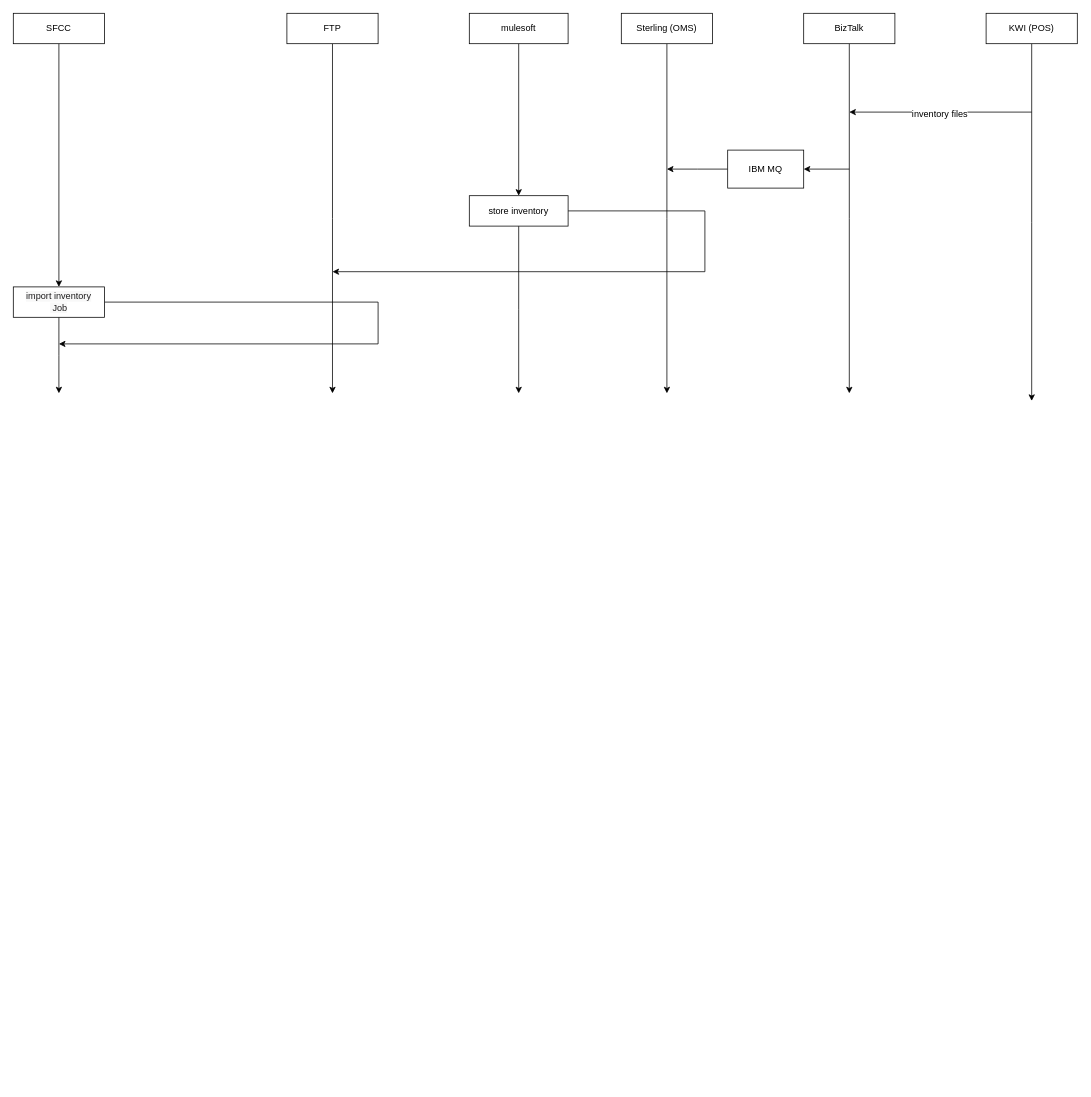
Above: page "click and collect" (5 of 5) of Untitled Diagram.drawio in soum/pnd-diagrams (draw.io), before the change. Source tidied: cells renumbered, new cells numbered last; positions are measured from the earlier drawing's top-left corner, leaving out a move shared by most shapes. Both pictures are drawn from the tidied source at 76%, with x=0, y=0 at pixel (13, 13).
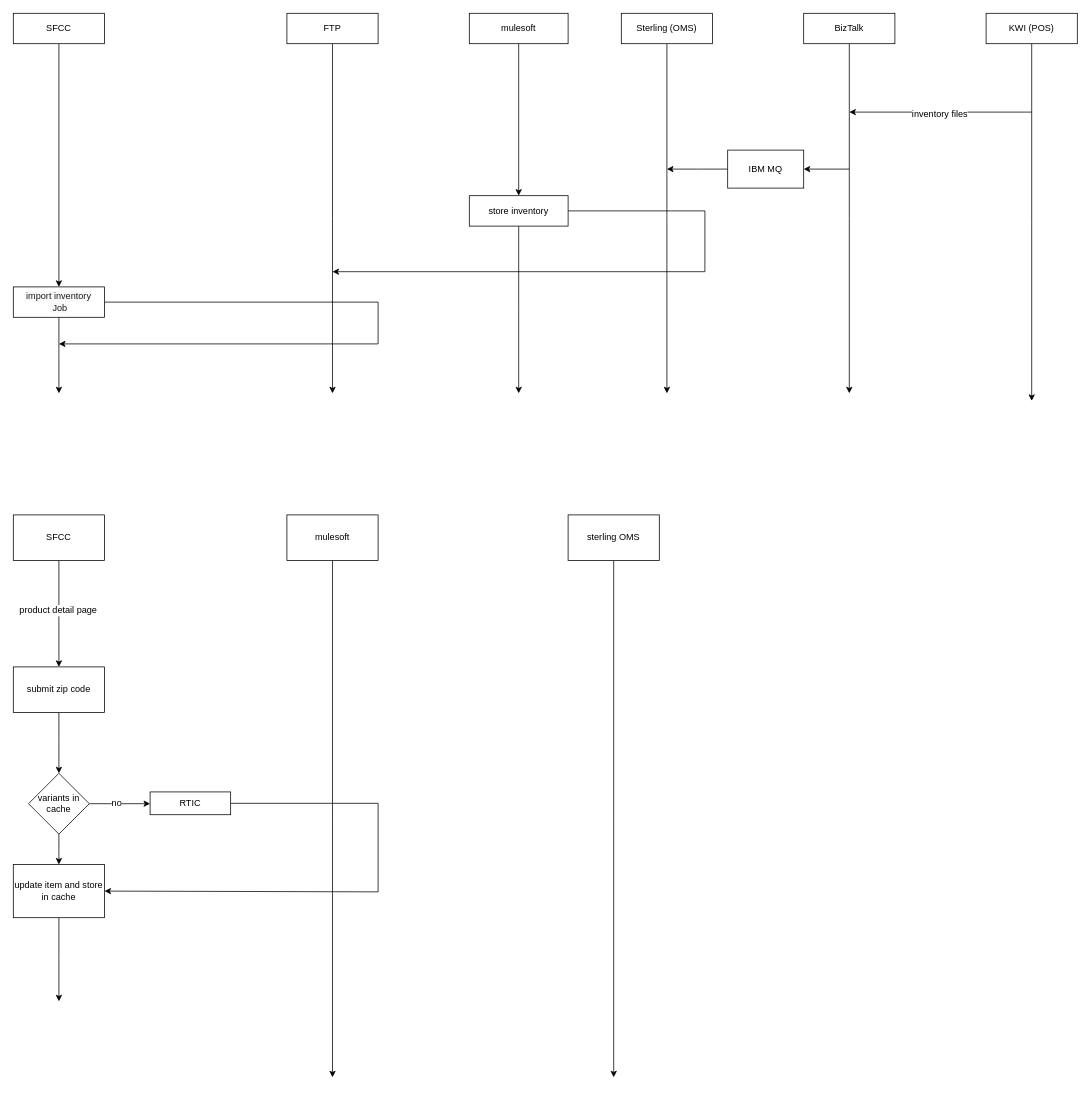
The same page after the edit.

What changed in the source:
```diff
@@
+    <mxCell id="25" style="edgeStyle=orthogonalEdgeStyle;rounded=0;jettySize=auto;html=1;strokeColor=#000000;strokeWidth=1;" parent="1" edge="1" source="27" target="29">
+      <mxGeometry relative="1" as="geometry" />
+    </mxCell>
+    <mxCell id="26" value="product detail page" style="text;html=1;align=center;verticalAlign=middle;labelBackgroundColor=#ffffff;" parent="25" vertex="1">
+      <mxGeometry x="-0.07" y="-2" relative="1" as="geometry" />
+    </mxCell>
+    <mxCell id="27" value="SFCC" style="rounded=0;whiteSpace=wrap;html=1;shadow=0;glass=0;comic=0;" parent="1" vertex="1">
+      <mxGeometry y="660" width="120" height="60" as="geometry" />
+    </mxCell>
+    <mxCell id="28" style="edgeStyle=orthogonalEdgeStyle;rounded=0;jettySize=auto;html=1;strokeColor=#000000;strokeWidth=1;" parent="1" edge="1" source="29">
+      <mxGeometry relative="1" as="geometry">
+        <mxPoint x="60" y="1000" as="targetPoint" />
+      </mxGeometry>
+    </mxCell>
+    <mxCell id="29" value="submit zip code" style="rounded=0;whiteSpace=wrap;html=1;shadow=0;glass=0;comic=0;" parent="1" vertex="1">
+      <mxGeometry y="860" width="120" height="60" as="geometry" />
+    </mxCell>
+    <mxCell id="30" style="edgeStyle=orthogonalEdgeStyle;rounded=0;jettySize=auto;html=1;strokeColor=#000000;strokeWidth=1;" parent="1" edge="1" source="31">
+      <mxGeometry relative="1" as="geometry">
+        <mxPoint x="420" y="1400" as="targetPoint" />
+      </mxGeometry>
+    </mxCell>
+    <mxCell id="31" value="mulesoft" style="rounded=0;whiteSpace=wrap;html=1;shadow=0;glass=0;comic=0;" parent="1" vertex="1">
+      <mxGeometry x="360" y="660" width="120" height="60" as="geometry" />
+    </mxCell>
+    <mxCell id="32" style="edgeStyle=orthogonalEdgeStyle;rounded=0;jettySize=auto;html=1;strokeColor=#000000;strokeWidth=1;" parent="1" edge="1" source="35">
+      <mxGeometry relative="1" as="geometry">
+        <mxPoint x="180" y="1040" as="targetPoint" />
+      </mxGeometry>
+    </mxCell>
+    <mxCell id="33" value="no" style="text;html=1;align=center;verticalAlign=middle;labelBackgroundColor=#ffffff;" parent="32" vertex="1">
+      <mxGeometry x="-0.12" y="1" relative="1" as="geometry" />
+    </mxCell>
+    <mxCell id="34" style="edgeStyle=orthogonalEdgeStyle;rounded=0;jettySize=auto;html=1;strokeColor=#000000;strokeWidth=1;" parent="1" edge="1" source="35">
+      <mxGeometry relative="1" as="geometry">
+        <mxPoint x="60" y="1120" as="targetPoint" />
+      </mxGeometry>
+    </mxCell>
+    <mxCell id="35" value="variants in cache" style="rhombus;whiteSpace=wrap;html=1;rounded=0;shadow=0;glass=0;comic=0;" parent="1" vertex="1">
+      <mxGeometry x="20" y="1000" width="80" height="80" as="geometry" />
+    </mxCell>
+    <mxCell id="36" style="edgeStyle=orthogonalEdgeStyle;rounded=0;jettySize=auto;html=1;strokeColor=#000000;strokeWidth=1;entryX=1;entryY=0.5;entryDx=0;entryDy=0;" parent="1" edge="1" source="37" target="39">
+      <mxGeometry relative="1" as="geometry">
+        <Array as="points">
+          <mxPoint x="480" y="1040" />
+          <mxPoint x="480" y="1156" />
+        </Array>
+      </mxGeometry>
+    </mxCell>
+    <mxCell id="37" value="RTIC" style="rounded=0;whiteSpace=wrap;html=1;shadow=0;glass=0;comic=0;" parent="1" vertex="1">
+      <mxGeometry x="180" y="1024.5" width="106" height="30" as="geometry" />
+    </mxCell>
+    <mxCell id="38" style="edgeStyle=orthogonalEdgeStyle;rounded=0;jettySize=auto;html=1;strokeColor=#000000;strokeWidth=1;" parent="1" edge="1" source="39">
+      <mxGeometry relative="1" as="geometry">
+        <mxPoint x="60" y="1300" as="targetPoint" />
+      </mxGeometry>
+    </mxCell>
+    <mxCell id="39" value="update item and store in cache" style="rounded=0;whiteSpace=wrap;html=1;shadow=0;glass=0;comic=0;" parent="1" vertex="1">
+      <mxGeometry y="1120" width="120" height="70" as="geometry" />
+    </mxCell>
+    <mxCell id="40" style="edgeStyle=orthogonalEdgeStyle;rounded=0;jettySize=auto;html=1;strokeColor=#000000;strokeWidth=1;" parent="1" edge="1" source="41">
+      <mxGeometry relative="1" as="geometry">
+        <mxPoint x="790" y="1400" as="targetPoint" />
+      </mxGeometry>
+    </mxCell>
+    <mxCell id="41" value="sterling OMS" style="rounded=0;whiteSpace=wrap;html=1;shadow=0;glass=0;comic=0;" parent="1" vertex="1">
+      <mxGeometry x="730" y="660" width="120" height="60" as="geometry" />
+    </mxCell>
```
